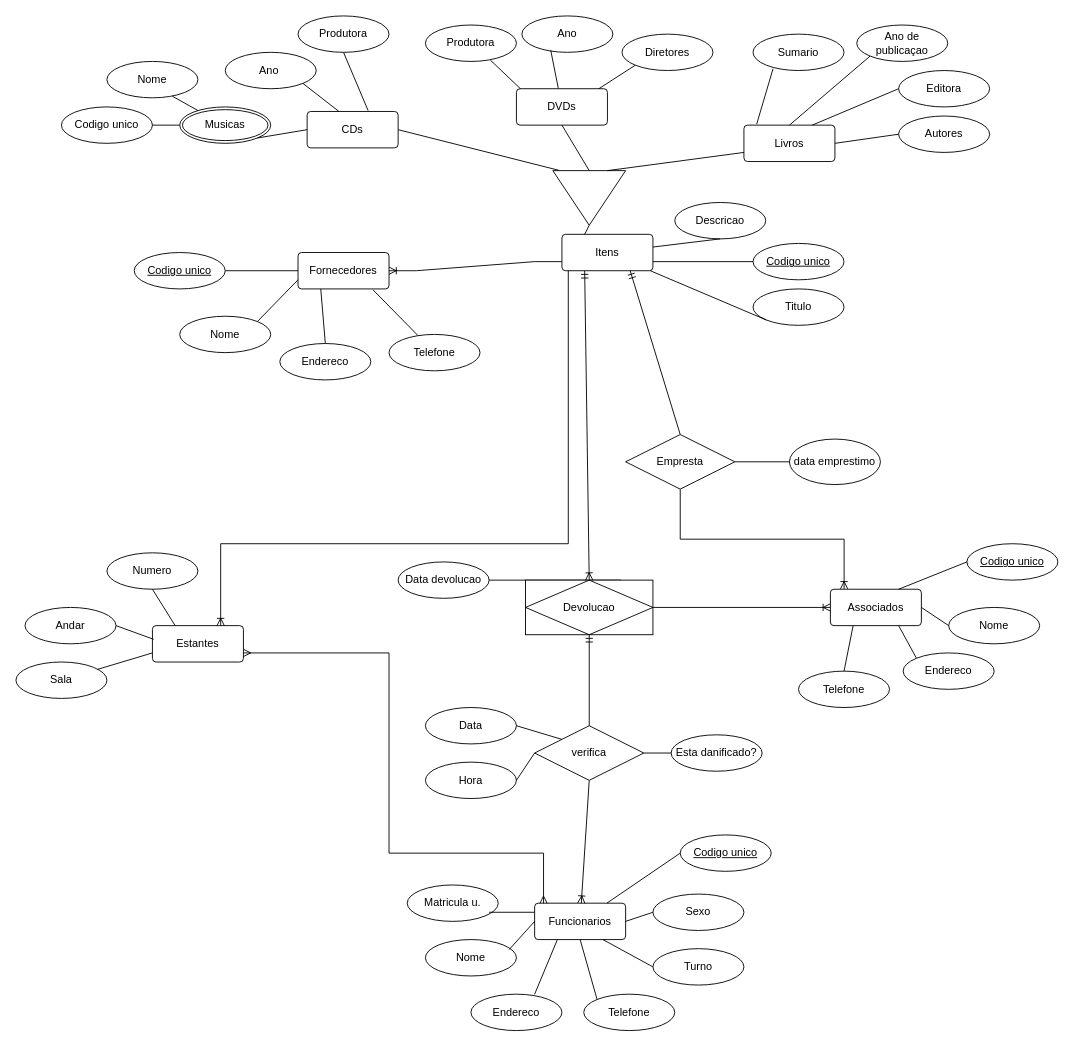
Before: Biblioteca Raro academy.drawio in LucasSteve/curso, a draw.io diagram. Source tidied: cells renumbered, new cells numbered last; positions are measured from the earlier drawing's top-left corner, leaving out a move shared by most shapes. Both pictures are drawn from the tidied source at 91%, with x=0, y=0 at pixel (15, 15).
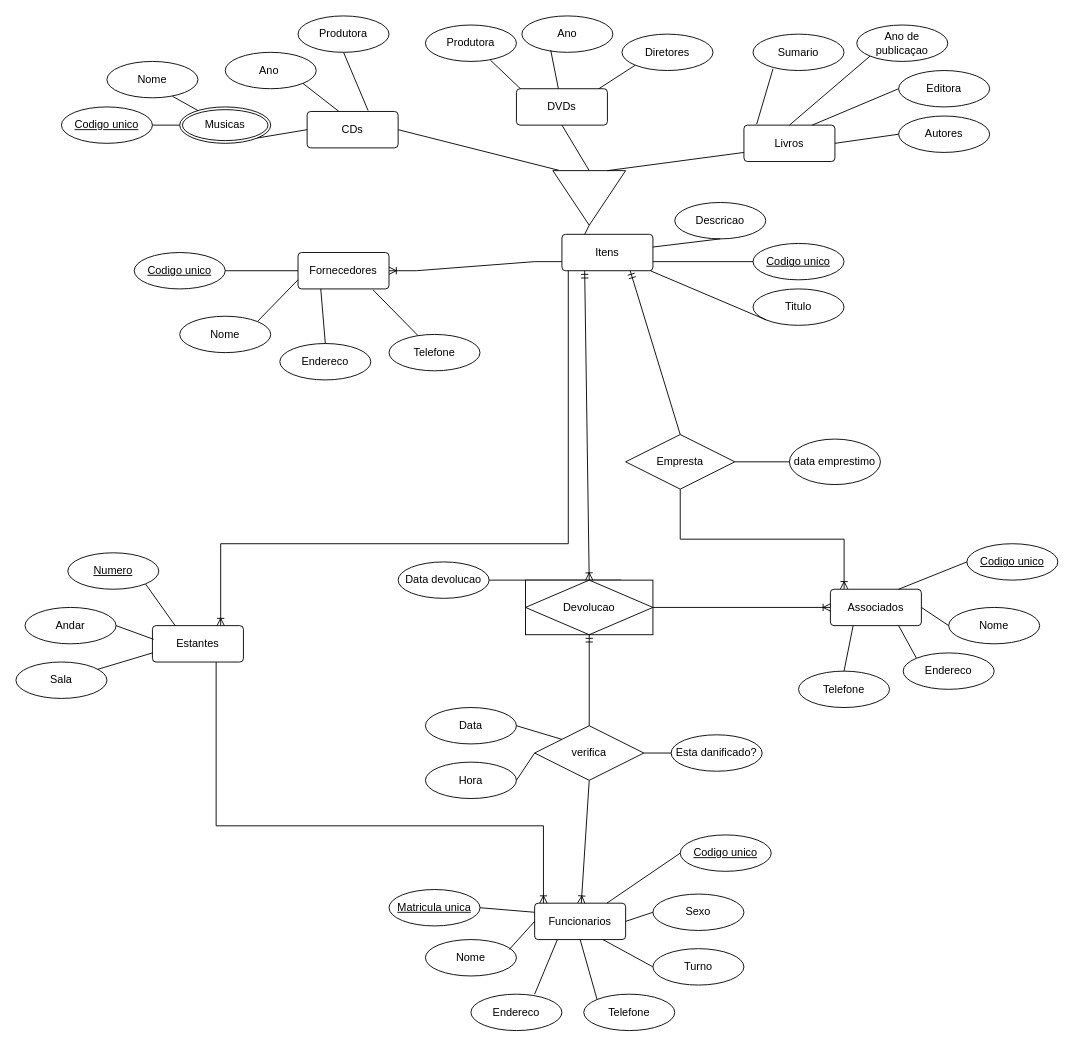
The same diagram, later.

Unchanged cells that the change refers to:
```xml
<mxCell id="27" value="Funcionarios" style="rounded=1;arcSize=10;whiteSpace=wrap;html=1;align=center;" parent="1" vertex="1">
  <mxGeometry x="570" y="975" width="100" height="40" as="geometry" />
</mxCell>
<mxCell id="66" value="Estantes" style="rounded=1;arcSize=10;whiteSpace=wrap;html=1;align=center;" parent="1" vertex="1">
  <mxGeometry x="150" y="670" width="100" height="40" as="geometry" />
</mxCell>
```

The edit, as a diff of the source:
```diff
@@
-    <mxCell id="15" value="Codigo unico" style="ellipse;whiteSpace=wrap;html=1;align=center;" parent="1" vertex="1">
-      <mxGeometry x="50" y="100" width="100" height="40" as="geometry" />
-    </mxCell>
@@
-    <mxCell id="35" value="Matricula u." style="ellipse;whiteSpace=wrap;html=1;align=center;" parent="1" vertex="1">
-      <mxGeometry x="430" y="955" width="100" height="40" as="geometry" />
-    </mxCell>
@@
-    <mxCell id="42" style="endArrow=none;html=1;rounded=0;entryX=0;entryY=0.25;entryDx=0;entryDy=0;" parent="1" edge="1" target="27">
-      <mxGeometry relative="1" as="geometry">
-        <mxPoint x="520" y="985" as="sourcePoint" />
-      </mxGeometry>
+    <mxCell id="42" style="endArrow=none;html=1;rounded=0;entryX=0;entryY=0.25;entryDx=0;entryDy=0;exitX=1;exitY=0.5;exitDx=0;exitDy=0;" parent="1" edge="1" source="103" target="27">
+      <mxGeometry relative="1" as="geometry" />
     </mxCell>
@@
-    <mxCell id="67" value="Numero" style="ellipse;whiteSpace=wrap;html=1;align=center;" parent="1" vertex="1">
-      <mxGeometry x="100" y="590" width="100" height="40" as="geometry" />
-    </mxCell>
@@
-    <mxCell id="70" style="endArrow=none;html=1;rounded=0;exitX=0.25;exitY=0;exitDx=0;exitDy=0;entryX=0.5;entryY=1;entryDx=0;entryDy=0;" parent="1" edge="1" source="66" target="67">
+    <mxCell id="70" style="endArrow=none;html=1;rounded=0;exitX=0.25;exitY=0;exitDx=0;exitDy=0;entryX=1;entryY=1;entryDx=0;entryDy=0;" parent="1" edge="1" source="66" target="67">
       <mxGeometry relative="1" as="geometry" />
     </mxCell>
@@
-    <mxCell id="74" style="edgeStyle=orthogonalEdgeStyle;fontSize=12;html=1;endArrow=ERmany;startArrow=ERmany;rounded=0;exitX=1;exitY=0.75;exitDx=0;exitDy=0;entryX=0.098;entryY=0.005;entryDx=0;entryDy=0;entryPerimeter=0;" parent="1" edge="1" source="66" target="27">
-      <mxGeometry relative="1" as="geometry">
-        <Array as="points">
-          <mxPoint x="410" y="700" />
-          <mxPoint x="410" y="920" />
-          <mxPoint x="580" y="920" />
-        </Array>
-      </mxGeometry>
-    </mxCell>
@@
+    <mxCell id="74" style="edgeStyle=orthogonalEdgeStyle;fontSize=12;html=1;endArrow=ERoneToMany;rounded=0;entryX=0.097;entryY=-0.001;entryDx=0;entryDy=0;entryPerimeter=0;exitX=0.7;exitY=1;exitDx=0;exitDy=0;exitPerimeter=0;" parent="1" edge="1" source="66" target="27">
+      <mxGeometry relative="1" as="geometry">
+        <Array as="points">
+          <mxPoint x="220" y="890" />
+          <mxPoint x="580" y="890" />
+        </Array>
+      </mxGeometry>
+    </mxCell>
+    <mxCell id="15" value="Codigo unico" style="ellipse;whiteSpace=wrap;html=1;align=center;fontStyle=4;" parent="1" vertex="1">
+      <mxGeometry x="50" y="100" width="100" height="40" as="geometry" />
+    </mxCell>
+    <mxCell id="103" value="Matricula unica" style="ellipse;whiteSpace=wrap;html=1;align=center;fontStyle=4;" parent="1" vertex="1">
+      <mxGeometry x="410" y="960" width="100" height="40" as="geometry" />
+    </mxCell>
+    <mxCell id="67" value="Numero" style="ellipse;whiteSpace=wrap;html=1;align=center;fontStyle=4;" parent="1" vertex="1">
+      <mxGeometry x="57" y="590" width="100" height="40" as="geometry" />
+    </mxCell>
```
